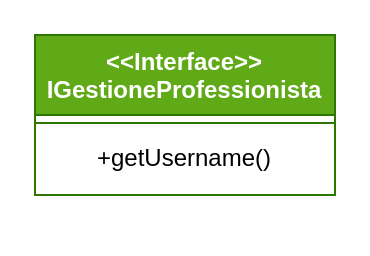
Iannicc/Pet-Party keeps this draw.io diagram as uml/GestioneProfessionista Interface.drawio. Above is the earlier version. Source tidied: cells renumbered, new cells numbered last; positions are measured from the earlier drawing's top-left corner, leaving out a move shared by most shapes. Both pictures are drawn from the tidied source at 200%, with x=0, y=0 at pixel (34, 34).
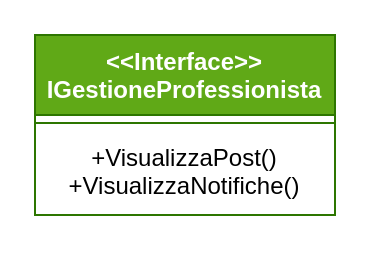
Above is the later version.

The edit, as a diff of the source:
```diff
@@
 <mxGraphModel>
   <root>
     <mxCell id="0" />
     <mxCell id="1" parent="0" />
     <mxCell id="2" value="&lt;div&gt;&amp;lt;&amp;lt;Interface&amp;gt;&amp;gt;&lt;/div&gt;&lt;div&gt;IGestioneProfessionista&lt;br&gt;&lt;/div&gt;" style="swimlane;fontStyle=1;align=center;verticalAlign=top;horizontal=1;startSize=40;whiteSpace=wrap;html=1;fillColor=#60a917;fontColor=#ffffff;strokeColor=#2D7600;" parent="1" vertex="1">
-      <mxGeometry width="150" height="80" as="geometry" />
+      <mxGeometry width="150" height="90" as="geometry" />
     </mxCell>
     <mxCell id="3" style="line;strokeWidth=1;fillColor=none;align=left;verticalAlign=middle;spacingTop=-1;spacingLeft=3;spacingRight=3;labelPosition=right;strokeColor=inherit;" parent="2" vertex="1">
       <mxGeometry y="40" width="150" height="8" as="geometry" />
     </mxCell>
-    <mxCell id="4" value="+getUsername()" style="text;strokeColor=none;fillColor=none;align=center;verticalAlign=top;spacingLeft=4;spacingRight=4;overflow=hidden;whiteSpace=wrap;html=1;" parent="2" vertex="1">
-      <mxGeometry y="48" width="150" height="32" as="geometry" />
+    <mxCell id="4" value="&lt;div&gt;+VisualizzaPost()&lt;/div&gt;&lt;div&gt;+VisualizzaNotifiche()&lt;br&gt;&lt;/div&gt;" style="text;strokeColor=none;fillColor=none;align=center;verticalAlign=top;spacingLeft=4;spacingRight=4;overflow=hidden;whiteSpace=wrap;html=1;" parent="2" vertex="1">
+      <mxGeometry y="48" width="150" height="42" as="geometry" />
     </mxCell>
   </root>
 </mxGraphModel>
```
